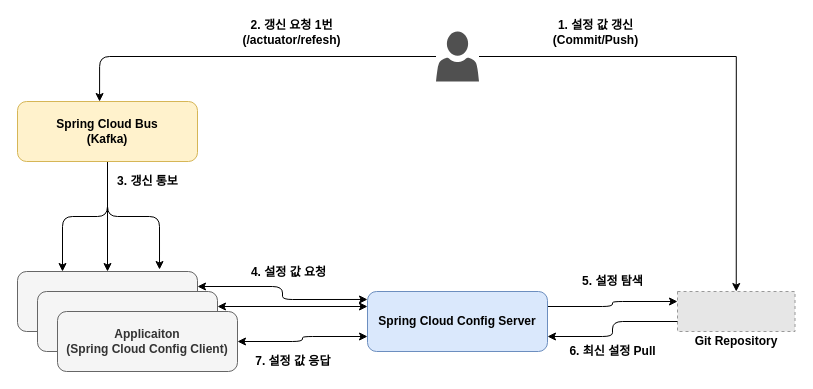
This is drawio/spring/concept-spring-cloud-config-git-bus-1.drawio from windowforsun/blog, a draw.io file, before an edit. Source tidied: cells renumbered, new cells numbered last; positions are measured from the earlier drawing's top-left corner, leaving out a move shared by most shapes. Both pictures are drawn from the tidied source at 100%, with x=0, y=0 at pixel (17, 31). Pictures stored in the file or linked from it are replaced by grey dashed boxes.
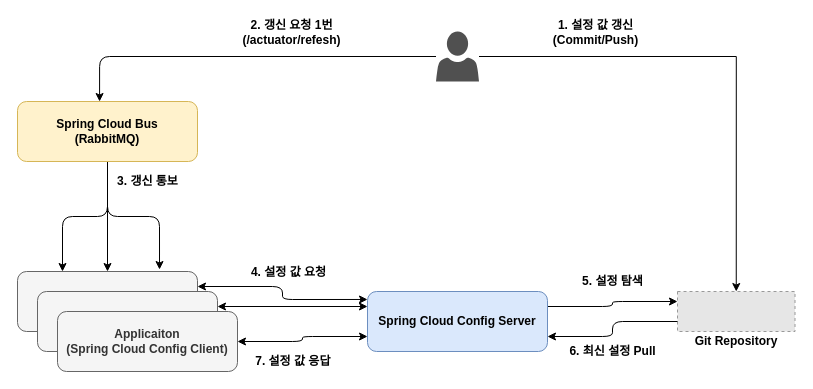
The same diagram, later.

The change refers to these unchanged cells:
```xml
<mxCell id="2" style="group;" parent="1" vertex="1">
  <mxGeometry width="777.5" height="340" as="geometry" />
</mxCell>
```

Diff of the diagram source:
```diff
@@
-    <mxCell id="27" value="&lt;b&gt;Spring Cloud Bus&lt;br&gt;(Kafka)&lt;br&gt;&lt;/b&gt;" style="rounded=1;whiteSpace=wrap;html=1;fillColor=#fff2cc;strokeColor=#d6b656;" parent="2" vertex="1">
+    <mxCell id="27" value="&lt;b&gt;Spring Cloud Bus&lt;br&gt;(RabbitMQ)&lt;br&gt;&lt;/b&gt;" style="rounded=1;whiteSpace=wrap;html=1;fillColor=#fff2cc;strokeColor=#d6b656;" parent="2" vertex="1">
       <mxGeometry y="70" width="180" height="60" as="geometry" />
     </mxCell>
```
